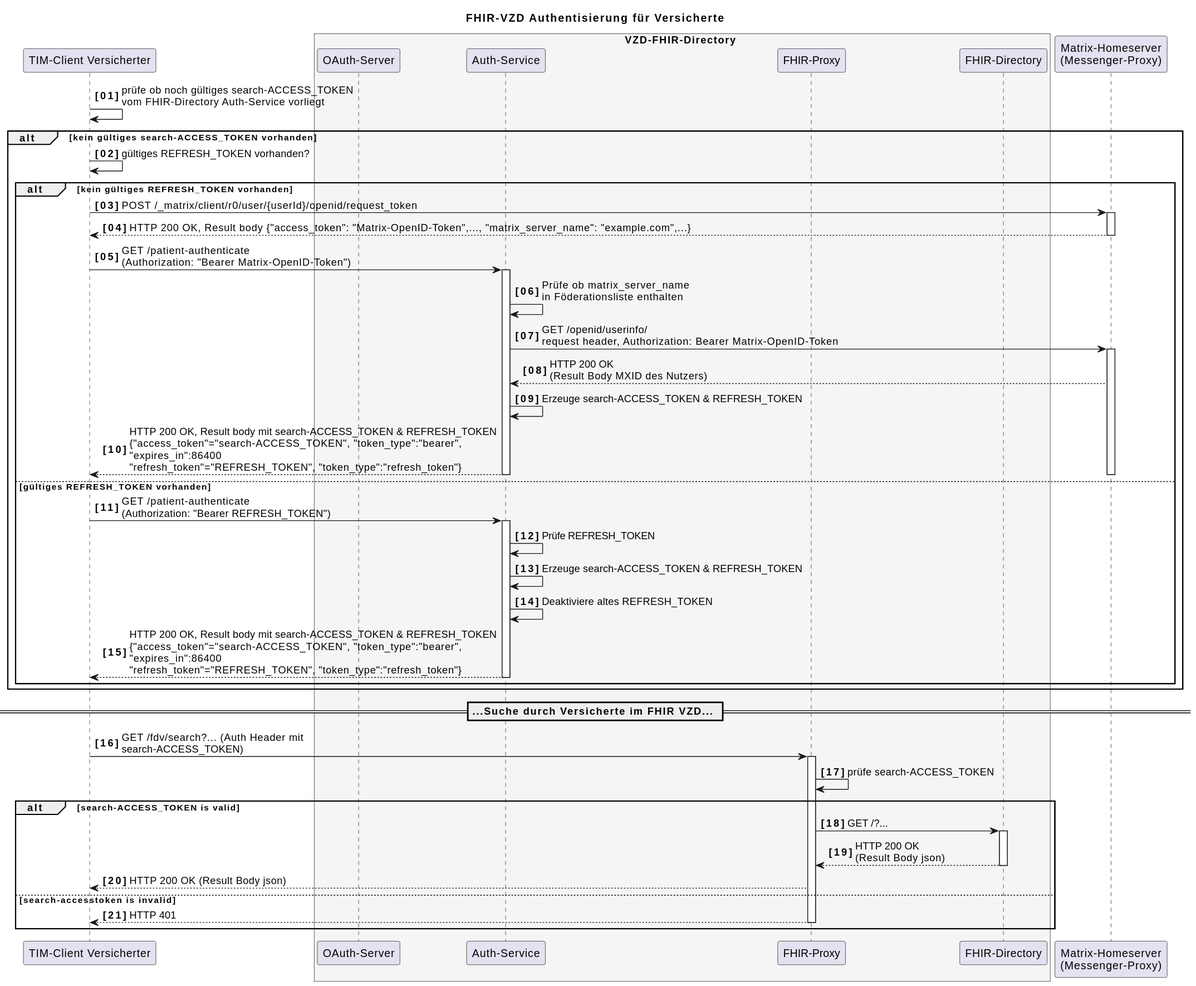
This is images/diagrams/SequenceDiagram.FHIR-Directory.fdv.search.tim.svg from gematik/api-vzd, a PlantUML export, as it was before one commit.
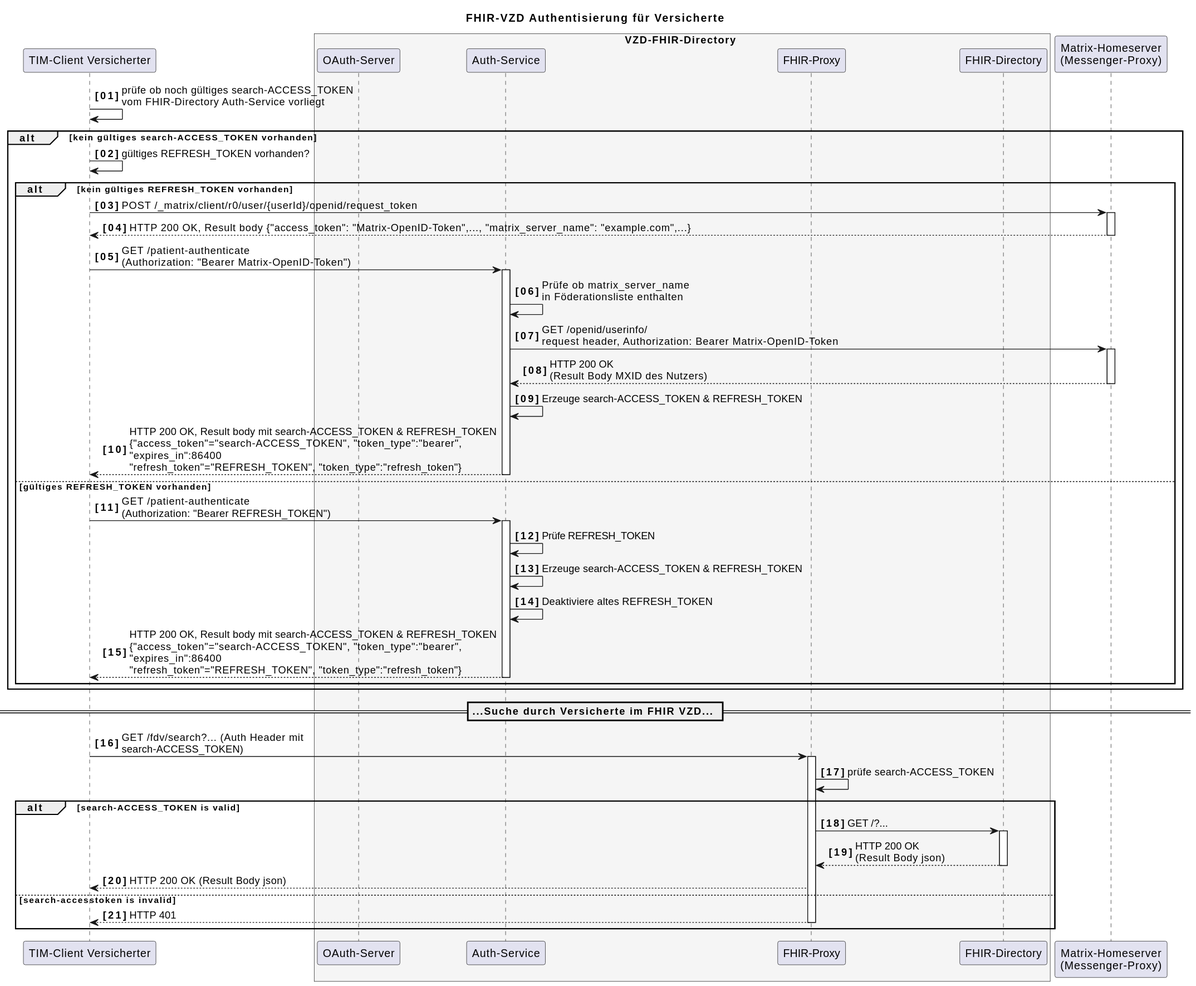
After the commit.

Commit message:
Commit from GitHub Actions (GeneratePlantumlImages)

Diff of the diagram source:
```diff
@@ -29,10 +29,11 @@
    VzdAuth-> hs: GET /openid/userinfo/\nrequest header, Authorization: Bearer Matrix-OpenID-Token
    activate hs
    hs --> VzdAuth: HTTP 200 OK\n(Result Body MXID des Nutzers)
+   deactivate hs
    VzdAuth->VzdAuth: Erzeuge search-ACCESS_TOKEN & REFRESH_TOKEN
    VzdAuth--> VClient: HTTP 200 OK, Result body mit search-ACCESS_TOKEN & REFRESH_TOKEN\n{"access_token"="search-ACCESS_TOKEN", "token_type":"bearer",\n"expires_in":86400\n"refresh_token"="REFRESH_TOKEN", "token_type":"refresh_token"}
    deactivate VzdAuth
-   deactivate hs
+
  else gültiges REFRESH_TOKEN vorhanden
    VClient->VzdAuth++: GET /patient-authenticate \n(Authorization: "Bearer REFRESH_TOKEN")
    VzdAuth->VzdAuth: Prüfe REFRESH_TOKEN
```
